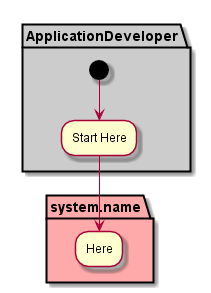
The PlantUML diagram docs/Actors/Application-Developer/Activity.png in CAADE/ADC, before a commit. The source it was exported from:
```plantuml
@startuml


partition "ApplicationDeveloper"  #cccccc {
  (*) --> "Start Here"
}

partition "system.name" #ffaaaa {
  "Start Here" --> "Here"
}

@enduml
```
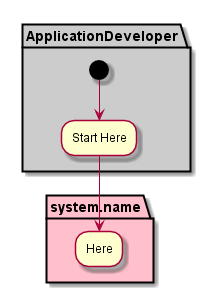
Above is the later version.

Diff of the diagram source:
```diff
@@ -5,7 +5,7 @@
   (*) --> "Start Here"
 }
 
-partition "system.name" #ffaaaa {
+partition "system.name" #pink {
   "Start Here" --> "Here"
 }
 
```
